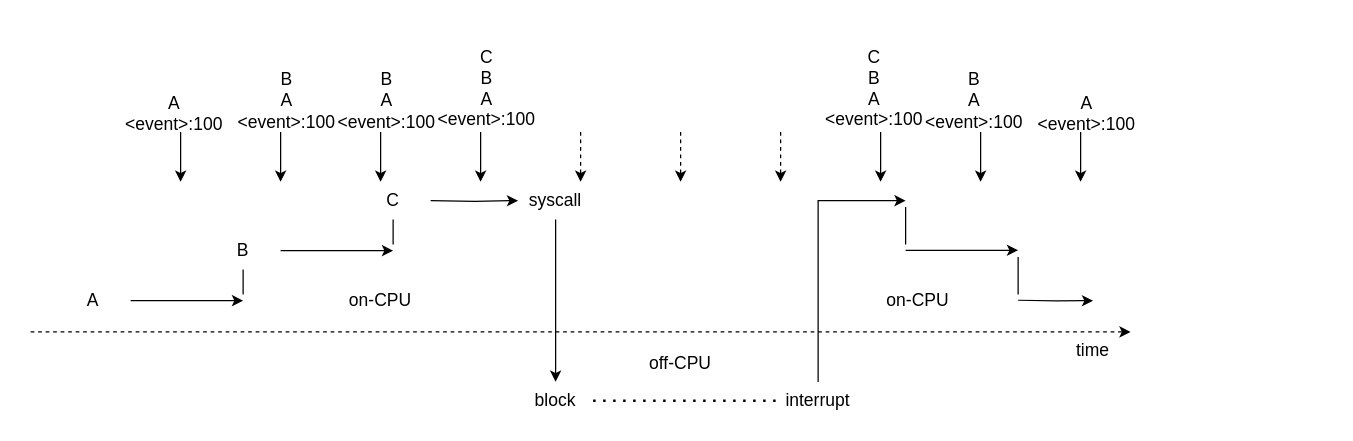
This is sampling.drawio from Dong-J93/_pictures, a draw.io file, before an edit. Source tidied: cells renumbered, new cells numbered last; positions are measured from the earlier drawing's top-left corner, leaving out a move shared by most shapes. Both pictures are drawn from the tidied source at 125%, with x=0, y=0 at pixel (30, 44).
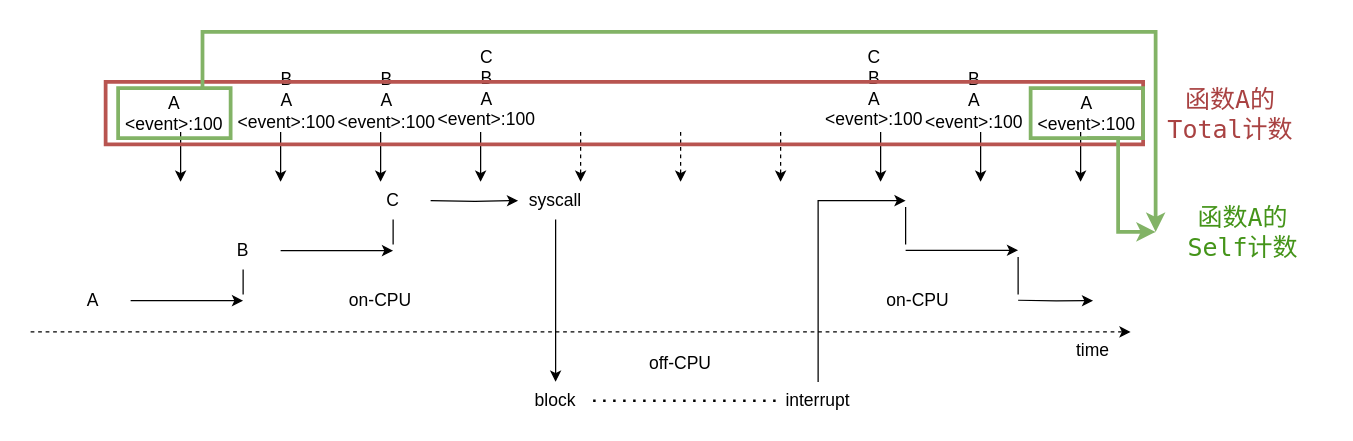
After the change.

Diff of the diagram source:
```diff
@@
+    <mxCell id="42" style="rounded=0;whiteSpace=wrap;html=1;fillColor=none;strokeColor=#b85450;strokeWidth=3;" parent="1" vertex="1">
+      <mxGeometry x="60" y="30" width="830" height="50" as="geometry" />
+    </mxCell>
+    <mxCell id="43" value="&lt;font color=&quot;#a94242&quot; face=&quot;Lucida Console&quot;&gt;&lt;span style=&quot;font-size: 20px;&quot;&gt;函数A的&lt;/span&gt;&lt;/font&gt;&lt;div&gt;&lt;font color=&quot;#a94242&quot; face=&quot;Lucida Console&quot;&gt;&lt;span style=&quot;font-size: 20px;&quot;&gt;Total计数&lt;/span&gt;&lt;/font&gt;&lt;span class=&quot;eusoft-eudic-chrome-extension-translate-content&quot;&gt;&lt;/span&gt;&lt;/div&gt;" style="text;html=1;align=center;verticalAlign=middle;whiteSpace=wrap;rounded=0;" parent="1" vertex="1">
+      <mxGeometry x="890" y="25" width="140" height="60" as="geometry" />
+    </mxCell>
+    <mxCell id="44" style="edgeStyle=orthogonalEdgeStyle;rounded=0;jettySize=auto;html=1;exitX=0.75;exitY=0;exitDx=0;exitDy=0;entryX=0;entryY=0.5;entryDx=0;entryDy=0;fillColor=#d5e8d4;strokeColor=#82b366;strokeWidth=3;" parent="1" edge="1" source="45" target="48">
+      <mxGeometry relative="1" as="geometry">
+        <Array as="points">
+          <mxPoint x="137" y="-10" />
+          <mxPoint x="900" y="-10" />
+        </Array>
+      </mxGeometry>
+    </mxCell>
+    <mxCell id="45" style="rounded=0;whiteSpace=wrap;html=1;fillColor=none;strokeColor=#82b366;strokeWidth=3;" parent="1" vertex="1">
+      <mxGeometry x="70" y="35" width="90" height="40" as="geometry" />
+    </mxCell>
+    <mxCell id="46" style="edgeStyle=orthogonalEdgeStyle;rounded=0;jettySize=auto;html=1;exitX=0.5;exitY=1;exitDx=0;exitDy=0;entryX=0;entryY=0.5;entryDx=0;entryDy=0;fillColor=#d5e8d4;strokeColor=#82b366;strokeWidth=3;" parent="1" edge="1" source="47" target="48">
+      <mxGeometry relative="1" as="geometry">
+        <Array as="points">
+          <mxPoint x="870" y="75" />
+          <mxPoint x="870" y="150" />
+        </Array>
+      </mxGeometry>
+    </mxCell>
+    <mxCell id="47" style="rounded=0;whiteSpace=wrap;html=1;fillColor=none;strokeColor=#82b366;strokeWidth=3;" parent="1" vertex="1">
+      <mxGeometry x="800" y="35" width="90" height="40" as="geometry" />
+    </mxCell>
+    <mxCell id="48" value="&lt;font color=&quot;#449419&quot; face=&quot;Lucida Console&quot;&gt;&lt;span style=&quot;font-size: 20px;&quot;&gt;函数A的&lt;/span&gt;&lt;/font&gt;&lt;div&gt;&lt;font color=&quot;#449419&quot; face=&quot;Lucida Console&quot;&gt;&lt;span style=&quot;font-size: 20px;&quot;&gt;Self计数&lt;/span&gt;&lt;/font&gt;&lt;span class=&quot;eusoft-eudic-chrome-extension-translate-content&quot;&gt;&lt;/span&gt;&lt;/div&gt;" style="text;html=1;align=center;verticalAlign=middle;whiteSpace=wrap;rounded=0;" parent="1" vertex="1">
+      <mxGeometry x="900" y="120" width="140" height="60" as="geometry" />
+    </mxCell>
```
